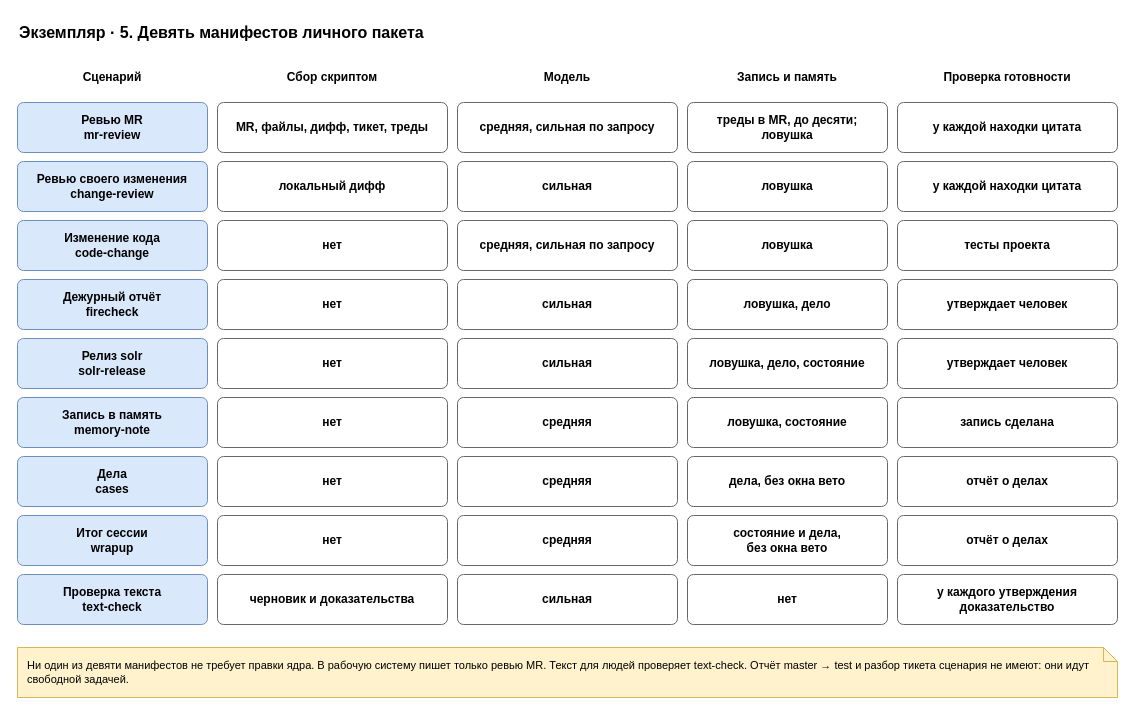
This is page "5. Манифесты" (5 of 7) of docs/spec/harness-instance-capital-operator.drawio from roygkov/reins, a draw.io file, before an edit. Source tidied: cells renumbered, new cells numbered last; positions are measured from the earlier drawing's top-left corner, leaving out a move shared by most shapes. Both pictures are drawn from the tidied source at 100%, with x=0, y=0 at pixel (17, 17).
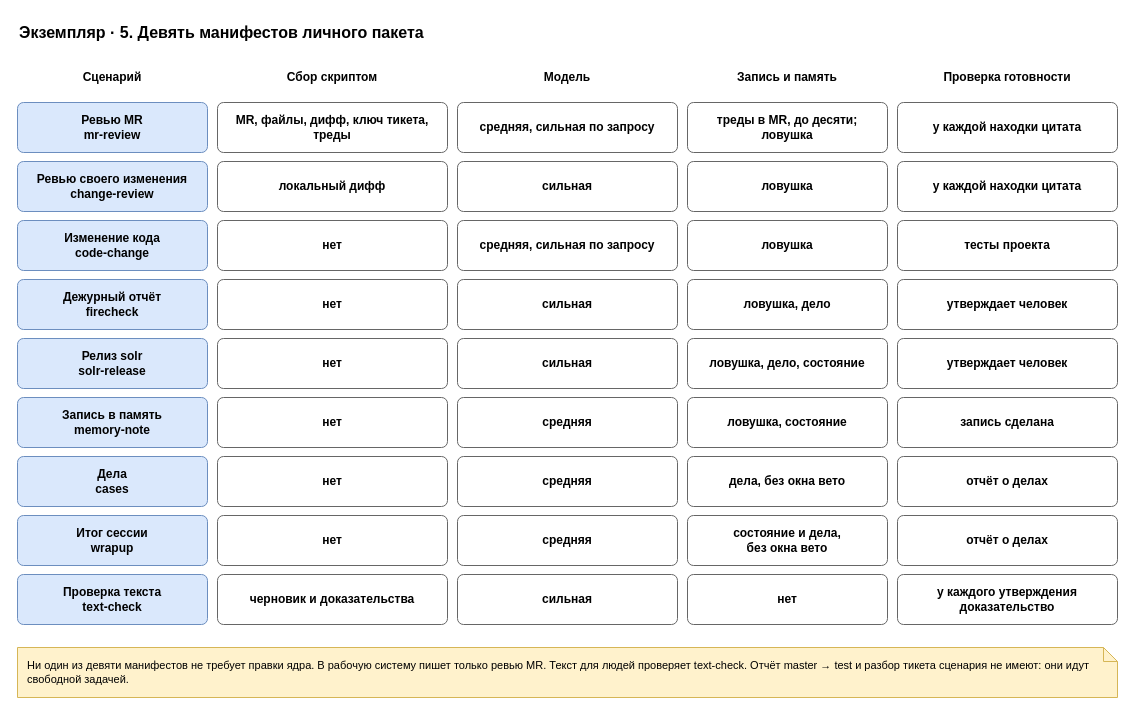
After the change.

The edit, as a diff of the source:
```diff
@@
-    <mxCell id="9" value="&lt;b&gt;MR, файлы, дифф, тикет, треды&lt;/b&gt;" style="rounded=1;whiteSpace=wrap;html=1;fillColor=#ffffff;strokeColor=#666666;arcSize=12;fontStyle=0;" parent="1" vertex="1">
+    <mxCell id="9" value="&lt;b&gt;MR, файлы, дифф, ключ тикета, треды&lt;/b&gt;" style="rounded=1;whiteSpace=wrap;html=1;fillColor=#ffffff;strokeColor=#666666;arcSize=12;fontStyle=0;" parent="1" vertex="1">
       <mxGeometry x="200" y="85" width="230" height="50" as="geometry" />
     </mxCell>
```
